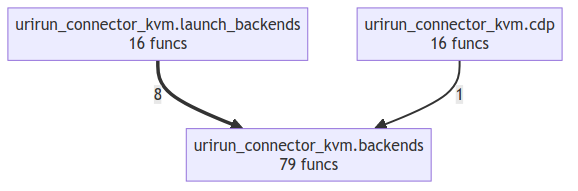
Earlier version of the Mermaid export project/compact_flow.png (if-uri/urirun-connector-kvm). Its source is kept beside it as project/compact_flow.mmd.
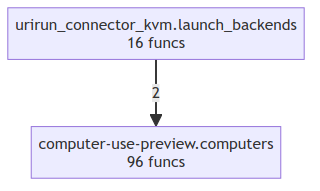
The same file after the commit.

What changed in the source:
```diff
@@ -1,6 +1,4 @@
 flowchart TD
-    urirun_connector_kvm__backends["urirun_connector_kvm.backends<br/>79 funcs"]
-    urirun_connector_kvm__cdp["urirun_connector_kvm.cdp<br/>16 funcs"]
+    computer_use_preview__computers["computer-use-preview.computers<br/>96 funcs"]
     urirun_connector_kvm__launch_backends["urirun_connector_kvm.launch_backends<br/>16 funcs"]
-    urirun_connector_kvm__launch_backends ==>|8| urirun_connector_kvm__backends
-    urirun_connector_kvm__cdp -->|1| urirun_connector_kvm__backends
+    urirun_connector_kvm__launch_backends -->|2| computer_use_preview__computers
```
